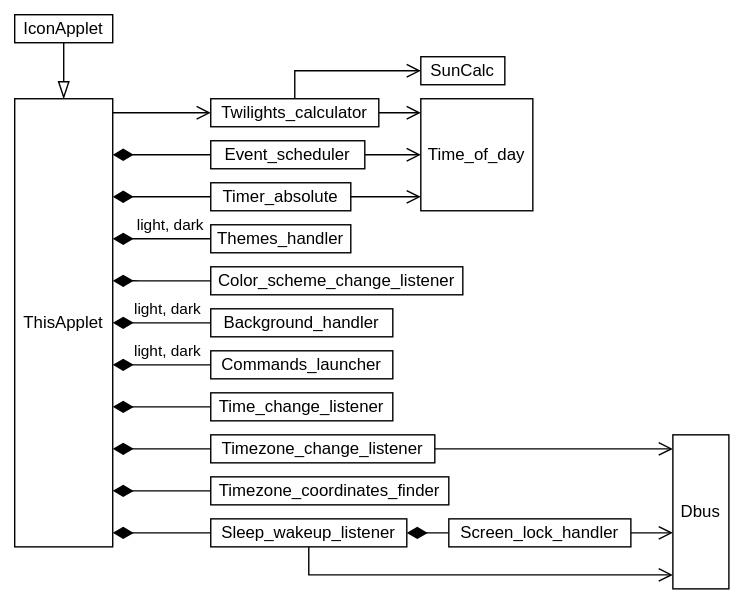
The draw.io diagram auto-dark-light@gihaume/files/auto-dark-light@gihaume/lib/CLASSES HIERARCHY.drawio.svg in linuxmint/cinnamon-spices-applets, before a commit. Source tidied: cells renumbered, new cells last; positions are measured from the earlier drawing's top-left corner, leaving out a move shared by most shapes.
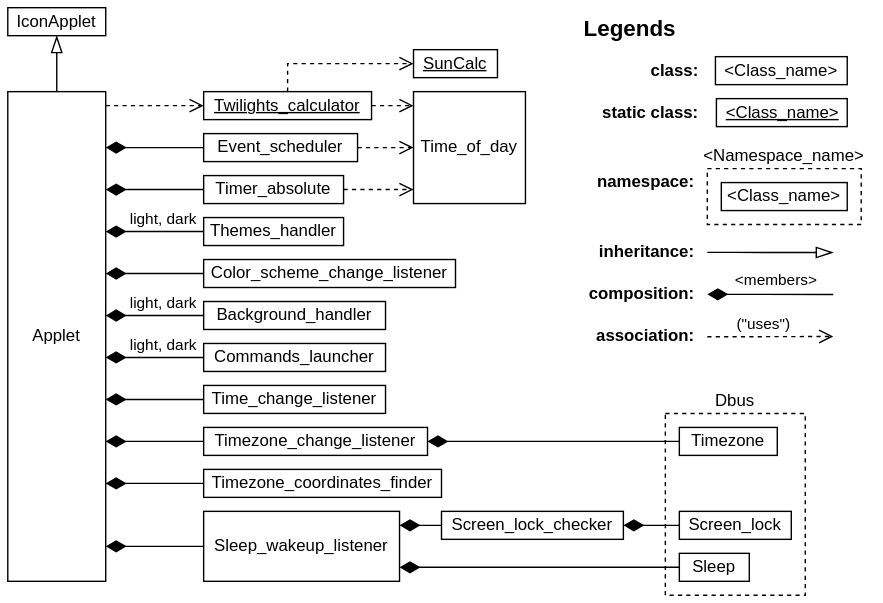
After the change.

Diff of the diagram source:
```diff
@@ -4,5 +4,8 @@
     <mxCell id="1" parent="0" />
+    <mxCell id="38" value="Dbus" style="rounded=0;whiteSpace=wrap;html=1;labelPosition=center;verticalLabelPosition=top;align=center;verticalAlign=bottom;fontStyle=0;strokeColor=default;dashed=1;" parent="1" vertex="1">
+      <mxGeometry x="470" y="290" width="100" height="130" as="geometry" />
+    </mxCell>
-    <mxCell id="2" style="edgeStyle=orthogonalEdgeStyle;rounded=0;jettySize=auto;html=1;endArrow=diamondThin;endFill=1;endSize=12;" parent="1" edge="1" source="4">
+    <mxCell id="2" style="edgeStyle=orthogonalEdgeStyle;rounded=0;jettySize=auto;html=1;endArrow=none;endFill=0;endSize=6;startArrow=diamondThin;startFill=1;startSize=12;" parent="1" edge="1" target="4">
       <mxGeometry relative="1" as="geometry">
-        <mxPoint x="70" y="220" as="targetPoint" />
+        <mxPoint x="70" y="220" as="sourcePoint" />
         <Array as="points">
@@ -15,3 +18,3 @@
       <mxGeometry x="-0.1" y="1" relative="1" as="geometry">
-        <mxPoint y="-11" as="offset" />
+        <mxPoint x="8" y="-9" as="offset" />
       </mxGeometry>
@@ -21,5 +24,5 @@
     </mxCell>
-    <mxCell id="5" style="edgeStyle=orthogonalEdgeStyle;rounded=0;jettySize=auto;html=1;endArrow=diamondThin;endFill=1;endSize=12;" parent="1" edge="1" source="6">
+    <mxCell id="5" style="edgeStyle=orthogonalEdgeStyle;rounded=0;jettySize=auto;html=1;endArrow=none;endFill=0;endSize=6;startArrow=diamondThin;startFill=1;startSize=12;" parent="1" edge="1" target="6">
       <mxGeometry relative="1" as="geometry">
-        <mxPoint x="70" y="190" as="targetPoint" />
+        <mxPoint x="70" y="190" as="sourcePoint" />
         <Array as="points">
@@ -33,5 +36,5 @@
     </mxCell>
-    <mxCell id="7" style="edgeStyle=orthogonalEdgeStyle;rounded=0;jettySize=auto;html=1;endArrow=diamondThin;endFill=1;endSize=12;" parent="1" edge="1" source="9">
+    <mxCell id="7" style="edgeStyle=orthogonalEdgeStyle;rounded=0;jettySize=auto;html=1;endArrow=none;endFill=0;endSize=6;startArrow=diamondThin;startFill=1;startSize=12;" parent="1" edge="1" target="9">
       <mxGeometry relative="1" as="geometry">
-        <mxPoint x="70" y="100" as="targetPoint" />
+        <mxPoint x="70" y="100" as="sourcePoint" />
         <Array as="points">
@@ -42,3 +45,3 @@
     </mxCell>
-    <mxCell id="8" style="edgeStyle=orthogonalEdgeStyle;rounded=0;jettySize=auto;html=1;endArrow=open;endFill=0;endSize=8;" parent="1" edge="1" source="9" target="20">
+    <mxCell id="8" style="edgeStyle=orthogonalEdgeStyle;rounded=0;jettySize=auto;html=1;endArrow=open;endFill=0;endSize=8;dashed=1;" parent="1" edge="1" source="9" target="20">
       <mxGeometry relative="1" as="geometry">
@@ -52,22 +55,21 @@
     </mxCell>
-    <mxCell id="10" style="edgeStyle=orthogonalEdgeStyle;rounded=0;jettySize=auto;html=1;endArrow=open;endFill=0;endSize=8;" parent="1" edge="1" source="12" target="38">
-      <mxGeometry relative="1" as="geometry">
-        <Array as="points">
-          <mxPoint x="490" y="370" />
-          <mxPoint x="490" y="370" />
-        </Array>
-      </mxGeometry>
+    <mxCell id="10" style="edgeStyle=orthogonalEdgeStyle;rounded=0;jettySize=auto;html=1;endArrow=none;endFill=0;endSize=6;startArrow=diamondThin;startFill=1;startSize=12;" parent="1" edge="1" source="12" target="43">
+      <mxGeometry relative="1" as="geometry" />
     </mxCell>
     <mxCell id="11" style="edgeStyle=orthogonalEdgeStyle;rounded=0;jettySize=auto;html=1;endArrow=diamondThin;endFill=1;endSize=12;" parent="1" edge="1" source="12" target="15">
-      <mxGeometry relative="1" as="geometry" />
+      <mxGeometry relative="1" as="geometry">
+        <Array as="points">
+          <mxPoint x="290" y="370" />
+          <mxPoint x="290" y="370" />
+        </Array>
+      </mxGeometry>
     </mxCell>
-    <mxCell id="12" value="Screen_lock_handler" style="rounded=0;whiteSpace=wrap;html=1;" parent="1" vertex="1">
+    <mxCell id="12" value="Screen_lock_checker" style="rounded=0;whiteSpace=wrap;html=1;" parent="1" vertex="1">
       <mxGeometry x="310" y="360" width="130" height="20" as="geometry" />
     </mxCell>
-    <mxCell id="13" style="edgeStyle=orthogonalEdgeStyle;rounded=0;jettySize=auto;html=1;endArrow=diamondThin;endFill=1;endSize=12;" parent="1" edge="1" source="15">
+    <mxCell id="13" style="edgeStyle=orthogonalEdgeStyle;rounded=0;jettySize=auto;html=1;endArrow=none;endFill=0;endSize=6;startArrow=diamondThin;startFill=1;startSize=12;" parent="1" edge="1" source="31" target="15">
       <mxGeometry relative="1" as="geometry">
-        <mxPoint x="70" y="370" as="targetPoint" />
         <Array as="points">
-          <mxPoint x="80" y="370" />
-          <mxPoint x="80" y="370" />
+          <mxPoint x="90" y="385" />
+          <mxPoint x="90" y="385" />
         </Array>
@@ -75,6 +77,7 @@
     </mxCell>
-    <mxCell id="14" style="edgeStyle=orthogonalEdgeStyle;rounded=0;jettySize=auto;html=1;endArrow=open;endFill=0;endSize=8;" parent="1" edge="1" source="15" target="38">
+    <mxCell id="14" style="edgeStyle=orthogonalEdgeStyle;rounded=0;jettySize=auto;html=1;endArrow=none;endFill=0;endSize=6;startArrow=diamondThin;startFill=1;startSize=12;" parent="1" edge="1" source="15" target="44">
       <mxGeometry relative="1" as="geometry">
         <Array as="points">
-          <mxPoint x="210" y="400" />
+          <mxPoint x="400" y="400" />
+          <mxPoint x="400" y="400" />
         </Array>
@@ -83,10 +86,10 @@
     <mxCell id="15" value="Sleep_wakeup_listener" style="rounded=0;whiteSpace=wrap;html=1;" parent="1" vertex="1">
-      <mxGeometry x="140" y="360" width="140" height="20" as="geometry" />
+      <mxGeometry x="140" y="360" width="140" height="50" as="geometry" />
     </mxCell>
-    <mxCell id="16" value="SunCalc" style="rounded=0;whiteSpace=wrap;html=1;" parent="1" vertex="1">
+    <mxCell id="16" value="SunCalc" style="rounded=0;whiteSpace=wrap;html=1;fontStyle=4;" parent="1" vertex="1">
       <mxGeometry x="290" y="30" width="60" height="20" as="geometry" />
     </mxCell>
-    <mxCell id="17" style="edgeStyle=orthogonalEdgeStyle;rounded=0;jettySize=auto;html=1;endArrow=diamondThin;endFill=1;endSize=12;" parent="1" edge="1" source="19">
+    <mxCell id="17" style="edgeStyle=orthogonalEdgeStyle;rounded=0;jettySize=auto;html=1;endArrow=none;endFill=0;endSize=6;startArrow=diamondThin;startFill=1;startSize=12;" parent="1" edge="1" target="19">
       <mxGeometry relative="1" as="geometry">
-        <mxPoint x="70" y="160" as="targetPoint" />
+        <mxPoint x="70" y="160" as="sourcePoint" />
         <Array as="points">
@@ -99,3 +102,3 @@
       <mxGeometry x="0.28" relative="1" as="geometry">
-        <mxPoint x="15" y="-10" as="offset" />
+        <mxPoint x="-5" y="-10" as="offset" />
       </mxGeometry>
@@ -105,8 +108,8 @@
     </mxCell>
-    <mxCell id="20" value="Time_of_day" style="rounded=0;whiteSpace=wrap;html=1;" parent="1" vertex="1">
+    <mxCell id="20" value="Time_of_day" style="rounded=0;whiteSpace=wrap;html=1;fontStyle=0;" parent="1" vertex="1">
       <mxGeometry x="290" y="60" width="80" height="80" as="geometry" />
     </mxCell>
-    <mxCell id="21" style="edgeStyle=orthogonalEdgeStyle;rounded=0;jettySize=auto;html=1;endArrow=diamondThin;endFill=1;endSize=12;" parent="1" edge="1" source="23">
+    <mxCell id="21" style="edgeStyle=orthogonalEdgeStyle;rounded=0;jettySize=auto;html=1;endArrow=none;endFill=0;endSize=6;startArrow=diamondThin;startFill=1;startSize=12;" parent="1" edge="1" target="23">
       <mxGeometry relative="1" as="geometry">
-        <mxPoint x="70" y="130" as="targetPoint" />
+        <mxPoint x="70" y="130" as="sourcePoint" />
         <Array as="points">
@@ -117,3 +120,3 @@
     </mxCell>
-    <mxCell id="22" style="edgeStyle=orthogonalEdgeStyle;rounded=0;jettySize=auto;html=1;endArrow=open;endFill=0;endSize=8;" parent="1" edge="1" source="23" target="20">
+    <mxCell id="22" style="edgeStyle=orthogonalEdgeStyle;rounded=0;jettySize=auto;html=1;endArrow=open;endFill=0;endSize=8;dashed=1;" parent="1" edge="1" source="23" target="20">
       <mxGeometry relative="1" as="geometry">
@@ -128,5 +131,5 @@
     </mxCell>
-    <mxCell id="24" style="edgeStyle=orthogonalEdgeStyle;rounded=0;jettySize=auto;html=1;endArrow=diamondThin;endFill=1;endSize=12;" parent="1" edge="1" source="26">
+    <mxCell id="24" style="edgeStyle=orthogonalEdgeStyle;rounded=0;jettySize=auto;html=1;endArrow=none;endFill=0;endSize=6;startArrow=diamondThin;startFill=1;startSize=12;" parent="1" edge="1" target="26">
       <mxGeometry relative="1" as="geometry">
-        <mxPoint x="70" y="310" as="targetPoint" />
+        <mxPoint x="70" y="310" as="sourcePoint" />
         <Array as="points">
@@ -137,9 +140,4 @@
     </mxCell>
-    <mxCell id="25" style="edgeStyle=orthogonalEdgeStyle;rounded=0;jettySize=auto;html=1;endArrow=open;endFill=0;endSize=8;" parent="1" edge="1" source="26" target="38">
-      <mxGeometry relative="1" as="geometry">
-        <Array as="points">
-          <mxPoint x="450" y="310" />
-          <mxPoint x="450" y="310" />
-        </Array>
-      </mxGeometry>
+    <mxCell id="25" style="edgeStyle=orthogonalEdgeStyle;rounded=0;jettySize=auto;html=1;endArrow=none;endFill=0;endSize=6;startArrow=diamondThin;startFill=1;startSize=12;" parent="1" edge="1" source="26" target="42">
+      <mxGeometry relative="1" as="geometry" />
     </mxCell>
@@ -148,3 +146,3 @@
     </mxCell>
-    <mxCell id="27" style="edgeStyle=orthogonalEdgeStyle;rounded=0;jettySize=auto;html=1;endArrow=open;endFill=0;endSize=8;" parent="1" edge="1" source="29" target="20">
+    <mxCell id="27" style="edgeStyle=orthogonalEdgeStyle;rounded=0;jettySize=auto;html=1;endArrow=open;endFill=0;endSize=8;dashed=1;" parent="1" edge="1" source="29" target="20">
       <mxGeometry relative="1" as="geometry">
@@ -155,3 +153,3 @@
     </mxCell>
-    <mxCell id="28" style="edgeStyle=orthogonalEdgeStyle;rounded=0;jettySize=auto;html=1;endArrow=open;endFill=0;endSize=8;" parent="1" edge="1" source="29" target="16">
+    <mxCell id="28" style="edgeStyle=orthogonalEdgeStyle;rounded=0;jettySize=auto;html=1;endArrow=open;endFill=0;endSize=8;dashed=1;" parent="1" edge="1" source="29" target="16">
       <mxGeometry relative="1" as="geometry">
@@ -162,6 +160,6 @@
     </mxCell>
-    <mxCell id="29" value="Twilights_calculator" style="rounded=0;whiteSpace=wrap;html=1;" parent="1" vertex="1">
+    <mxCell id="29" value="Twilights_calculator" style="rounded=0;whiteSpace=wrap;html=1;fontStyle=4;" parent="1" vertex="1">
       <mxGeometry x="140" y="60" width="120" height="20" as="geometry" />
     </mxCell>
-    <mxCell id="30" style="edgeStyle=orthogonalEdgeStyle;rounded=0;jettySize=auto;html=1;endArrow=open;endFill=0;endSize=8;" parent="1" edge="1" source="31" target="29">
+    <mxCell id="30" style="edgeStyle=orthogonalEdgeStyle;rounded=0;jettySize=auto;html=1;endArrow=open;endFill=0;endSize=8;dashed=1;" parent="1" edge="1" source="31" target="29">
       <mxGeometry relative="1" as="geometry">
@@ -173,6 +171,6 @@
     </mxCell>
-    <mxCell id="31" value="ThisApplet" style="rounded=0;whiteSpace=wrap;html=1;" parent="1" vertex="1">
-      <mxGeometry y="60" width="70" height="320" as="geometry" />
+    <mxCell id="31" value="Applet" style="rounded=0;whiteSpace=wrap;html=1;" parent="1" vertex="1">
+      <mxGeometry y="60" width="70" height="350" as="geometry" />
     </mxCell>
-    <mxCell id="32" style="edgeStyle=orthogonalEdgeStyle;rounded=0;jettySize=auto;html=1;endArrow=blockThin;endFill=0;endSize=10;" parent="1" edge="1" source="33" target="31">
+    <mxCell id="32" style="edgeStyle=orthogonalEdgeStyle;rounded=0;jettySize=auto;html=1;endArrow=none;endFill=0;endSize=6;startSize=10;startArrow=blockThin;startFill=0;" parent="1" edge="1" source="33" target="31">
       <mxGeometry relative="1" as="geometry" />
@@ -182,5 +180,5 @@
     </mxCell>
-    <mxCell id="34" style="edgeStyle=orthogonalEdgeStyle;rounded=0;jettySize=auto;html=1;endArrow=diamondThin;endFill=1;endSize=12;" parent="1" edge="1" source="35">
+    <mxCell id="34" style="edgeStyle=orthogonalEdgeStyle;rounded=0;jettySize=auto;html=1;endArrow=none;endFill=0;endSize=6;startArrow=diamondThin;startFill=1;startSize=12;" parent="1" edge="1" target="35">
       <mxGeometry relative="1" as="geometry">
-        <mxPoint x="70" y="280" as="targetPoint" />
+        <mxPoint x="70" y="280" as="sourcePoint" />
         <Array as="points">
@@ -194,5 +192,5 @@
     </mxCell>
-    <mxCell id="36" style="edgeStyle=orthogonalEdgeStyle;rounded=0;jettySize=auto;html=1;endArrow=diamondThin;endFill=1;endSize=12;" parent="1" edge="1" source="37">
+    <mxCell id="36" style="edgeStyle=orthogonalEdgeStyle;rounded=0;jettySize=auto;html=1;endArrow=none;endFill=0;endSize=6;startArrow=diamondThin;startFill=1;startSize=12;" parent="1" edge="1" target="37">
       <mxGeometry relative="1" as="geometry">
-        <mxPoint x="70" y="340" as="targetPoint" />
+        <mxPoint x="70" y="340" as="sourcePoint" />
         <Array as="points">
@@ -206,5 +204,2 @@
     </mxCell>
-    <mxCell id="38" value="Dbus" style="rounded=0;whiteSpace=wrap;html=1;" parent="1" vertex="1">
-      <mxGeometry x="470" y="300" width="40" height="110" as="geometry" />
-    </mxCell>
     <mxCell id="39" value="Commands_launcher" style="rounded=0;whiteSpace=wrap;html=1;" parent="1" vertex="1">
@@ -212,3 +207,3 @@
     </mxCell>
-    <mxCell id="40" style="edgeStyle=orthogonalEdgeStyle;rounded=0;jettySize=auto;html=1;endArrow=diamondThin;endFill=1;endSize=12;" parent="1" edge="1" source="39" target="31">
+    <mxCell id="40" style="edgeStyle=orthogonalEdgeStyle;rounded=0;jettySize=auto;html=1;endArrow=none;endFill=0;endSize=6;startArrow=diamondThin;startFill=1;startSize=12;" parent="1" edge="1" source="31" target="39">
       <mxGeometry relative="1" as="geometry">
@@ -222,5 +217,108 @@
       <mxGeometry x="-0.1" y="1" relative="1" as="geometry">
-        <mxPoint y="-11" as="offset" />
+        <mxPoint x="8" y="-9" as="offset" />
       </mxGeometry>
     </mxCell>
+    <mxCell id="42" value="Timezone" style="rounded=0;whiteSpace=wrap;html=1;" parent="1" vertex="1">
+      <mxGeometry x="480" y="300" width="70" height="20" as="geometry" />
+    </mxCell>
+    <mxCell id="43" value="Screen_lock" style="rounded=0;whiteSpace=wrap;html=1;" parent="1" vertex="1">
+      <mxGeometry x="480" y="360" width="80" height="20" as="geometry" />
+    </mxCell>
+    <mxCell id="44" value="Sleep" style="rounded=0;whiteSpace=wrap;html=1;" parent="1" vertex="1">
+      <mxGeometry x="480" y="390" width="50" height="20" as="geometry" />
+    </mxCell>
+    <mxCell id="45" style="group;" parent="1" vertex="1">
+      <mxGeometry x="443" y="35" width="157" height="20" as="geometry" />
+    </mxCell>
+    <mxCell id="46" value="&amp;lt;Class_name&amp;gt;" style="rounded=0;whiteSpace=wrap;html=1;fontStyle=0;align=center;" parent="45" vertex="1">
+      <mxGeometry x="62.8" width="94.2" height="20" as="geometry" />
+    </mxCell>
+    <mxCell id="47" value="class:" style="text;html=1;align=right;verticalAlign=middle;strokeColor=none;fillColor=none;fontStyle=1;spacing=0;" parent="45" vertex="1">
+      <mxGeometry width="50" height="20" as="geometry" />
+    </mxCell>
+    <mxCell id="48" style="group;" parent="1" vertex="1">
+      <mxGeometry x="400" y="115" width="220" height="40" as="geometry" />
+    </mxCell>
+    <mxCell id="49" style="group;" parent="48" vertex="1">
+      <mxGeometry x="100" width="120" height="40" as="geometry" />
+    </mxCell>
+    <mxCell id="50" value="&amp;lt;Namespace_name&amp;gt;" style="rounded=0;whiteSpace=wrap;html=1;labelPosition=center;verticalLabelPosition=top;align=center;verticalAlign=bottom;fontStyle=0;strokeColor=default;dashed=1;" parent="49" vertex="1">
+      <mxGeometry width="110" height="40" as="geometry" />
+    </mxCell>
+    <mxCell id="51" value="&amp;lt;Class_name&amp;gt;" style="rounded=0;whiteSpace=wrap;html=1;fontStyle=0;" parent="49" vertex="1">
+      <mxGeometry x="10" y="10" width="90" height="20" as="geometry" />
+    </mxCell>
+    <mxCell id="52" value="namespace:" style="text;html=1;align=right;verticalAlign=middle;strokeColor=none;fillColor=none;fontStyle=1;spacing=0;" parent="48" vertex="1">
+      <mxGeometry x="10" width="80" height="20" as="geometry" />
+    </mxCell>
+    <mxCell id="53" style="group;" parent="1" vertex="1">
+      <mxGeometry x="413" y="65" width="187" height="20" as="geometry" />
+    </mxCell>
+    <mxCell id="54" value="&amp;lt;Class_name&amp;gt;" style="rounded=0;whiteSpace=wrap;html=1;fontStyle=4;align=center;" parent="53" vertex="1">
+      <mxGeometry x="93.5" width="93.5" height="20" as="geometry" />
+    </mxCell>
+    <mxCell id="55" value="static class:" style="text;html=1;align=right;verticalAlign=middle;strokeColor=none;fillColor=none;fontStyle=1;spacing=0;" parent="53" vertex="1">
+      <mxGeometry width="80" height="20" as="geometry" />
+    </mxCell>
+    <mxCell id="56" value="&lt;b style=&quot;font-size: 16px;&quot;&gt;&lt;font style=&quot;font-size: 16px;&quot;&gt;Legends&lt;/font&gt;&lt;/b&gt;" style="text;html=1;align=left;verticalAlign=middle;strokeColor=none;fillColor=none;fontSize=16;" parent="1" vertex="1">
+      <mxGeometry x="410" width="90" height="30" as="geometry" />
+    </mxCell>
+    <mxCell id="57" style="group;" parent="1" vertex="1">
+      <mxGeometry x="410" y="165" width="180" height="20" as="geometry" />
+    </mxCell>
+    <mxCell id="58" style="edgeStyle=orthogonalEdgeStyle;rounded=0;orthogonalLoop=1;jettySize=auto;html=1;endArrow=blockThin;endFill=0;endSize=10;" parent="57" edge="1">
+      <mxGeometry relative="1" as="geometry">
+        <mxPoint x="90" y="9.9" as="sourcePoint" />
+        <mxPoint x="180" y="10" as="targetPoint" />
+        <Array as="points">
+          <mxPoint x="110" y="9.9" />
+          <mxPoint x="110" y="9.9" />
+        </Array>
+      </mxGeometry>
+    </mxCell>
+    <mxCell id="59" value="inheritance:" style="text;html=1;align=right;verticalAlign=middle;strokeColor=none;fillColor=none;fontStyle=1;spacing=0;" parent="57" vertex="1">
+      <mxGeometry width="80" height="20" as="geometry" />
+    </mxCell>
+    <mxCell id="60" style="group;" parent="1" vertex="1">
+      <mxGeometry x="400" y="195" width="190" height="20" as="geometry" />
+    </mxCell>
+    <mxCell id="61" style="edgeStyle=orthogonalEdgeStyle;rounded=0;orthogonalLoop=1;jettySize=auto;html=1;endArrow=none;endFill=0;endSize=6;startArrow=diamondThin;startFill=1;startSize=12;" parent="60" edge="1">
+      <mxGeometry relative="1" as="geometry">
+        <mxPoint x="100" y="9.9" as="sourcePoint" />
+        <mxPoint x="190" y="10" as="targetPoint" />
+        <Array as="points">
+          <mxPoint x="120" y="9.9" />
+          <mxPoint x="120" y="9.9" />
+        </Array>
+      </mxGeometry>
+    </mxCell>
+    <mxCell id="62" value="&amp;lt;members&amp;gt;" style="edgeLabel;html=1;align=center;verticalAlign=middle;" parent="61" vertex="1">
+      <mxGeometry x="0.01" y="2" relative="1" as="geometry">
+        <mxPoint x="3" y="-8" as="offset" />
+      </mxGeometry>
+    </mxCell>
+    <mxCell id="63" value="&lt;span style=&quot;&quot;&gt;composition:&lt;/span&gt;" style="text;html=1;align=right;verticalAlign=middle;strokeColor=none;fillColor=none;fontStyle=1;spacing=0;" parent="60" vertex="1">
+      <mxGeometry width="90" height="20" as="geometry" />
+    </mxCell>
+    <mxCell id="64" style="group;" parent="1" vertex="1">
+      <mxGeometry x="410" y="225" width="180" height="20" as="geometry" />
+    </mxCell>
+    <mxCell id="65" style="edgeStyle=orthogonalEdgeStyle;rounded=0;orthogonalLoop=1;jettySize=auto;html=1;endArrow=open;endFill=0;endSize=8;dashed=1;align=left;" parent="64" edge="1">
+      <mxGeometry relative="1" as="geometry">
+        <mxPoint x="90" y="10.2" as="sourcePoint" />
+        <mxPoint x="180" y="10" as="targetPoint" />
+        <Array as="points">
+          <mxPoint x="110" y="9.8" />
+          <mxPoint x="110" y="9.8" />
+        </Array>
+      </mxGeometry>
+    </mxCell>
+    <mxCell id="66" value="(&quot;uses&quot;)" style="edgeLabel;html=1;align=center;verticalAlign=middle;" parent="65" vertex="1">
+      <mxGeometry x="-0.2" y="1" relative="1" as="geometry">
+        <mxPoint x="4" y="-9" as="offset" />
+      </mxGeometry>
+    </mxCell>
+    <mxCell id="67" value="association:" style="text;html=1;align=right;verticalAlign=middle;strokeColor=none;fillColor=none;fontStyle=1;spacing=0;" parent="64" vertex="1">
+      <mxGeometry width="80" height="20" as="geometry" />
+    </mxCell>
   </root>
```
